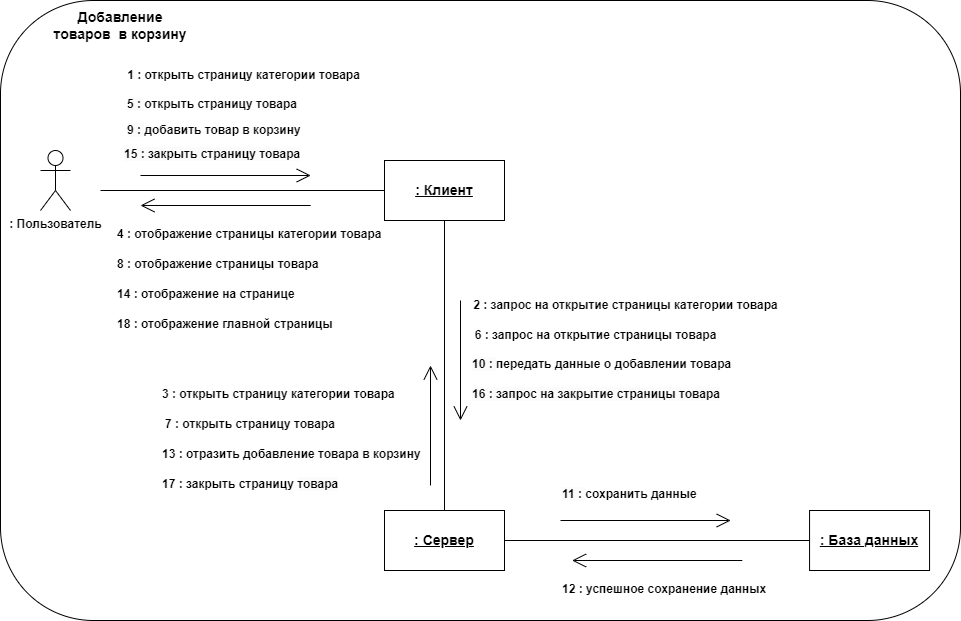
Earlier version of the draw.io export Diagrams/Диагарммы сотрудничества (Collaboration diagram)/Диаграмма сотрудничества_добавление товаров в корзину.png (Zelelo622/TP-4.1-2). Source tidied: cells renumbered, new cells last; positions are measured from the earlier drawing's top-left corner, leaving out a move shared by most shapes.
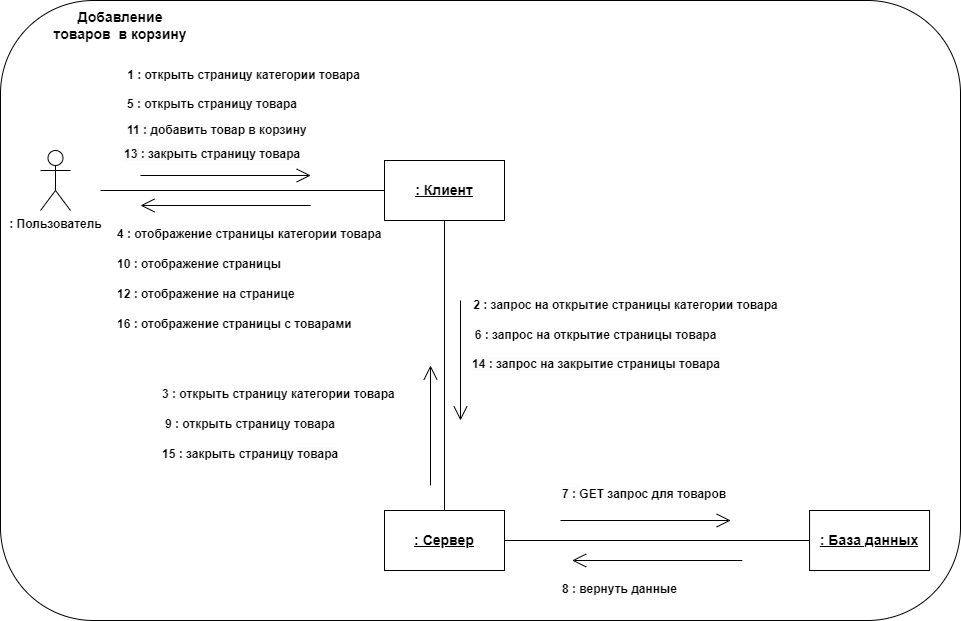
Later version of the same file.

Commit message:
обновлены диаграммы последовательности, состояния, активности, use case, сотрудничества

Change to the diagram source:
```diff
@@ -79,22 +79,16 @@
     <mxCell id="20" value="&lt;b style=&quot;border-color: var(--border-color); text-align: center; background-color: rgb(255, 255, 255);&quot;&gt;4 : отображение страницы категории товара&lt;/b&gt;" style="text;whiteSpace=wrap;html=1;" parent="1" vertex="1">
       <mxGeometry x="115" y="220" width="338" height="30" as="geometry" />
     </mxCell>
-    <mxCell id="21" value="&lt;b style=&quot;border-color: var(--border-color); color: rgb(0, 0, 0); font-family: Helvetica; font-size: 12px; font-style: normal; font-variant-ligatures: normal; font-variant-caps: normal; letter-spacing: normal; orphans: 2; text-align: center; text-indent: 0px; text-transform: none; widows: 2; word-spacing: 0px; -webkit-text-stroke-width: 0px; background-color: rgb(251, 251, 251); text-decoration-thickness: initial; text-decoration-style: initial; text-decoration-color: initial;&quot;&gt;9 :&amp;nbsp;&lt;/b&gt;&lt;b style=&quot;border-color: var(--border-color); text-align: center;&quot;&gt;добавить товар в корзину&lt;/b&gt;" style="text;whiteSpace=wrap;html=1;" parent="1" vertex="1">
+    <mxCell id="21" value="&lt;b style=&quot;border-color: var(--border-color); color: rgb(0, 0, 0); font-family: Helvetica; font-size: 12px; font-style: normal; font-variant-ligatures: normal; font-variant-caps: normal; letter-spacing: normal; orphans: 2; text-align: center; text-indent: 0px; text-transform: none; widows: 2; word-spacing: 0px; -webkit-text-stroke-width: 0px; background-color: rgb(251, 251, 251); text-decoration-thickness: initial; text-decoration-style: initial; text-decoration-color: initial;&quot;&gt;11 :&amp;nbsp;&lt;/b&gt;&lt;b style=&quot;border-color: var(--border-color); text-align: center;&quot;&gt;добавить товар в корзину&lt;/b&gt;" style="text;whiteSpace=wrap;html=1;" parent="1" vertex="1">
       <mxGeometry x="125" y="116" width="220" height="30" as="geometry" />
     </mxCell>
-    <mxCell id="22" value="&lt;b style=&quot;border-color: var(--border-color); color: rgb(0, 0, 0); font-family: Helvetica; font-size: 12px; font-style: normal; font-variant-ligatures: normal; font-variant-caps: normal; letter-spacing: normal; orphans: 2; text-align: center; text-indent: 0px; text-transform: none; widows: 2; word-spacing: 0px; -webkit-text-stroke-width: 0px; background-color: rgb(251, 251, 251); text-decoration-thickness: initial; text-decoration-style: initial; text-decoration-color: initial;&quot;&gt;10 :&amp;nbsp;&lt;/b&gt;&lt;b style=&quot;border-color: var(--border-color); text-align: center;&quot;&gt;передать данные о добавлении товара&lt;/b&gt;" style="text;whiteSpace=wrap;html=1;" parent="1" vertex="1">
-      <mxGeometry x="470" y="350" width="280" height="30" as="geometry" />
-    </mxCell>
-    <mxCell id="23" value="&lt;b style=&quot;border-color: var(--border-color); color: rgb(0, 0, 0); font-family: Helvetica; font-size: 12px; font-style: normal; font-variant-ligatures: normal; font-variant-caps: normal; letter-spacing: normal; orphans: 2; text-align: center; text-indent: 0px; text-transform: none; widows: 2; word-spacing: 0px; -webkit-text-stroke-width: 0px; background-color: rgb(251, 251, 251); text-decoration-thickness: initial; text-decoration-style: initial; text-decoration-color: initial;&quot;&gt;11 :&amp;nbsp;&lt;/b&gt;&lt;b style=&quot;border-color: var(--border-color); text-align: center;&quot;&gt;сохранить данные&lt;/b&gt;" style="text;whiteSpace=wrap;html=1;" parent="1" vertex="1">
+    <mxCell id="23" value="&lt;b style=&quot;border-color: var(--border-color); color: rgb(0, 0, 0); font-family: Helvetica; font-size: 12px; font-style: normal; font-variant-ligatures: normal; font-variant-caps: normal; letter-spacing: normal; orphans: 2; text-align: center; text-indent: 0px; text-transform: none; widows: 2; word-spacing: 0px; -webkit-text-stroke-width: 0px; background-color: rgb(251, 251, 251); text-decoration-thickness: initial; text-decoration-style: initial; text-decoration-color: initial;&quot;&gt;7 :&amp;nbsp;&lt;/b&gt;&lt;b style=&quot;border-color: var(--border-color); text-align: center;&quot;&gt;GET запрос для товаров&lt;/b&gt;" style="text;whiteSpace=wrap;html=1;" parent="1" vertex="1">
       <mxGeometry x="560" y="480" width="230" height="30" as="geometry" />
     </mxCell>
-    <mxCell id="24" value="&lt;b style=&quot;border-color: var(--border-color); color: rgb(0, 0, 0); font-family: Helvetica; font-size: 12px; font-style: normal; font-variant-ligatures: normal; font-variant-caps: normal; letter-spacing: normal; orphans: 2; text-align: center; text-indent: 0px; text-transform: none; widows: 2; word-spacing: 0px; -webkit-text-stroke-width: 0px; background-color: rgb(255, 255, 255); text-decoration-thickness: initial; text-decoration-style: initial; text-decoration-color: initial;&quot;&gt;12 : успешное сохранение данных&lt;/b&gt;" style="text;whiteSpace=wrap;html=1;" parent="1" vertex="1">
-      <mxGeometry x="560" y="575" width="210" height="40" as="geometry" />
+    <mxCell id="24" value="&lt;b style=&quot;border-color: var(--border-color); color: rgb(0, 0, 0); font-family: Helvetica; font-size: 12px; font-style: normal; font-variant-ligatures: normal; font-variant-caps: normal; letter-spacing: normal; orphans: 2; text-align: center; text-indent: 0px; text-transform: none; widows: 2; word-spacing: 0px; -webkit-text-stroke-width: 0px; background-color: rgb(255, 255, 255); text-decoration-thickness: initial; text-decoration-style: initial; text-decoration-color: initial;&quot;&gt;8 :&amp;nbsp;&lt;/b&gt;&lt;b style=&quot;border-color: var(--border-color); text-align: center; background-color: rgb(255, 255, 255);&quot;&gt;вернуть данные&lt;/b&gt;" style="text;whiteSpace=wrap;html=1;" parent="1" vertex="1">
+      <mxGeometry x="560" y="575" width="150" height="25" as="geometry" />
     </mxCell>
-    <mxCell id="25" value="&lt;b style=&quot;border-color: var(--border-color); color: rgb(0, 0, 0); font-family: Helvetica; font-size: 12px; font-style: normal; font-variant-ligatures: normal; font-variant-caps: normal; letter-spacing: normal; orphans: 2; text-align: center; text-indent: 0px; text-transform: none; widows: 2; word-spacing: 0px; -webkit-text-stroke-width: 0px; background-color: rgb(255, 255, 255); text-decoration-thickness: initial; text-decoration-style: initial; text-decoration-color: initial;&quot;&gt;13 :&amp;nbsp;&lt;/b&gt;&lt;b style=&quot;border-color: var(--border-color); text-align: center;&quot;&gt;отразить добавление товара в корзину&amp;nbsp;&lt;/b&gt;" style="text;whiteSpace=wrap;html=1;" parent="1" vertex="1">
-      <mxGeometry x="160" y="440" width="270" height="30" as="geometry" />
-    </mxCell>
-    <mxCell id="26" value="&lt;b style=&quot;border-color: var(--border-color); color: rgb(0, 0, 0); font-family: Helvetica; font-size: 12px; font-style: normal; font-variant-ligatures: normal; font-variant-caps: normal; letter-spacing: normal; orphans: 2; text-align: center; text-indent: 0px; text-transform: none; widows: 2; word-spacing: 0px; -webkit-text-stroke-width: 0px; background-color: rgb(255, 255, 255); text-decoration-thickness: initial; text-decoration-style: initial; text-decoration-color: initial;&quot;&gt;14 :&amp;nbsp;&lt;/b&gt;&lt;b style=&quot;border-color: var(--border-color); text-align: center; background-color: rgb(255, 255, 255);&quot;&gt;отображение на странице&lt;/b&gt;" style="text;whiteSpace=wrap;html=1;" parent="1" vertex="1">
+    <mxCell id="26" value="&lt;b style=&quot;border-color: var(--border-color); color: rgb(0, 0, 0); font-family: Helvetica; font-size: 12px; font-style: normal; font-variant-ligatures: normal; font-variant-caps: normal; letter-spacing: normal; orphans: 2; text-align: center; text-indent: 0px; text-transform: none; widows: 2; word-spacing: 0px; -webkit-text-stroke-width: 0px; background-color: rgb(255, 255, 255); text-decoration-thickness: initial; text-decoration-style: initial; text-decoration-color: initial;&quot;&gt;12 :&amp;nbsp;&lt;/b&gt;&lt;b style=&quot;border-color: var(--border-color); text-align: center; background-color: rgb(255, 255, 255);&quot;&gt;отображение на странице&amp;nbsp;&lt;/b&gt;" style="text;whiteSpace=wrap;html=1;" parent="1" vertex="1">
       <mxGeometry x="115" y="280" width="242" height="40" as="geometry" />
     </mxCell>
     <mxCell id="27" value="&lt;b style=&quot;border-color: var(--border-color); color: rgb(0, 0, 0); font-family: Helvetica; font-size: 12px; font-style: normal; font-variant-ligatures: normal; font-variant-caps: normal; letter-spacing: normal; orphans: 2; text-align: center; text-indent: 0px; text-transform: none; widows: 2; word-spacing: 0px; -webkit-text-stroke-width: 0px; background-color: rgb(251, 251, 251); text-decoration-thickness: initial; text-decoration-style: initial; text-decoration-color: initial;&quot;&gt;5 :&amp;nbsp;&lt;/b&gt;&lt;b style=&quot;border-color: var(--border-color); text-align: center;&quot;&gt;открыть страницу товара&lt;/b&gt;" style="text;whiteSpace=wrap;html=1;" parent="1" vertex="1">
@@ -103,23 +97,23 @@
     <mxCell id="28" value="&lt;b&gt;6 :&amp;nbsp;&lt;/b&gt;&lt;b style=&quot;border-color: var(--border-color);&quot;&gt;запрос на открытие страницы товара&lt;/b&gt;" style="text;html=1;align=center;verticalAlign=middle;strokeColor=none;fillColor=none;" parent="1" vertex="1">
       <mxGeometry x="460" y="320" width="270" height="30" as="geometry" />
     </mxCell>
-    <mxCell id="29" value="&lt;b style=&quot;border-color: var(--border-color); color: rgb(0, 0, 0); font-family: Helvetica; font-size: 12px; font-style: normal; font-variant-ligatures: normal; font-variant-caps: normal; letter-spacing: normal; orphans: 2; text-align: center; text-indent: 0px; text-transform: none; widows: 2; word-spacing: 0px; -webkit-text-stroke-width: 0px; background-color: rgb(255, 255, 255); text-decoration-thickness: initial; text-decoration-style: initial; text-decoration-color: initial;&quot;&gt;7 :&amp;nbsp;&lt;/b&gt;&lt;b style=&quot;border-color: var(--border-color);&quot;&gt;открыть страницу&amp;nbsp;&lt;/b&gt;&lt;b style=&quot;border-color: var(--border-color); text-align: center;&quot;&gt;товара&lt;/b&gt;" style="text;whiteSpace=wrap;html=1;" parent="1" vertex="1">
+    <mxCell id="29" value="&lt;b style=&quot;border-color: var(--border-color); color: rgb(0, 0, 0); font-family: Helvetica; font-size: 12px; font-style: normal; font-variant-ligatures: normal; font-variant-caps: normal; letter-spacing: normal; orphans: 2; text-align: center; text-indent: 0px; text-transform: none; widows: 2; word-spacing: 0px; -webkit-text-stroke-width: 0px; background-color: rgb(255, 255, 255); text-decoration-thickness: initial; text-decoration-style: initial; text-decoration-color: initial;&quot;&gt;9 :&amp;nbsp;&lt;/b&gt;&lt;b style=&quot;border-color: var(--border-color);&quot;&gt;открыть страницу&amp;nbsp;&lt;/b&gt;&lt;b style=&quot;border-color: var(--border-color); text-align: center;&quot;&gt;товара&lt;/b&gt;" style="text;whiteSpace=wrap;html=1;" parent="1" vertex="1">
       <mxGeometry x="163" y="410" width="210" height="30" as="geometry" />
     </mxCell>
-    <mxCell id="30" value="&lt;b style=&quot;border-color: var(--border-color); text-align: center; background-color: rgb(255, 255, 255);&quot;&gt;8 :&amp;nbsp;&lt;/b&gt;&lt;b style=&quot;border-color: var(--border-color); text-align: center; background-color: rgb(255, 255, 255);&quot;&gt;отображение страницы товара&lt;/b&gt;" style="text;whiteSpace=wrap;html=1;" parent="1" vertex="1">
+    <mxCell id="30" value="&lt;b style=&quot;border-color: var(--border-color); text-align: center; background-color: rgb(255, 255, 255);&quot;&gt;10 :&amp;nbsp;&lt;/b&gt;&lt;b style=&quot;border-color: var(--border-color); text-align: center; background-color: rgb(255, 255, 255);&quot;&gt;отображение страницы&amp;nbsp;&lt;/b&gt;" style="text;whiteSpace=wrap;html=1;" parent="1" vertex="1">
       <mxGeometry x="115" y="250" width="338" height="30" as="geometry" />
     </mxCell>
-    <mxCell id="31" value="&lt;b style=&quot;border-color: var(--border-color); color: rgb(0, 0, 0); font-family: Helvetica; font-style: normal; font-variant-ligatures: normal; font-variant-caps: normal; letter-spacing: normal; orphans: 2; text-align: center; text-indent: 0px; text-transform: none; widows: 2; word-spacing: 0px; -webkit-text-stroke-width: 0px; background-color: rgb(251, 251, 251); text-decoration-thickness: initial; text-decoration-style: initial; text-decoration-color: initial; font-size: 12px;&quot;&gt;15 : закрыть страницу товара&lt;/b&gt;" style="text;whiteSpace=wrap;html=1;" parent="1" vertex="1">
+    <mxCell id="31" value="&lt;b style=&quot;border-color: var(--border-color); color: rgb(0, 0, 0); font-family: Helvetica; font-style: normal; font-variant-ligatures: normal; font-variant-caps: normal; letter-spacing: normal; orphans: 2; text-align: center; text-indent: 0px; text-transform: none; widows: 2; word-spacing: 0px; -webkit-text-stroke-width: 0px; background-color: rgb(251, 251, 251); text-decoration-thickness: initial; text-decoration-style: initial; text-decoration-color: initial; font-size: 12px;&quot;&gt;13 : закрыть страницу товара&lt;/b&gt;" style="text;whiteSpace=wrap;html=1;" parent="1" vertex="1">
       <mxGeometry x="122" y="140" width="190" height="30" as="geometry" />
     </mxCell>
-    <mxCell id="32" value="&lt;b style=&quot;border-color: var(--border-color); color: rgb(0, 0, 0); font-family: Helvetica; font-size: 12px; font-style: normal; font-variant-ligatures: normal; font-variant-caps: normal; letter-spacing: normal; orphans: 2; text-align: center; text-indent: 0px; text-transform: none; widows: 2; word-spacing: 0px; -webkit-text-stroke-width: 0px; background-color: rgb(251, 251, 251); text-decoration-thickness: initial; text-decoration-style: initial; text-decoration-color: initial;&quot;&gt;16 : запрос на закрытие страницы товара&lt;/b&gt;" style="text;whiteSpace=wrap;html=1;" parent="1" vertex="1">
-      <mxGeometry x="470" y="380" width="260" height="30" as="geometry" />
+    <mxCell id="32" value="&lt;b style=&quot;border-color: var(--border-color); color: rgb(0, 0, 0); font-family: Helvetica; font-size: 12px; font-style: normal; font-variant-ligatures: normal; font-variant-caps: normal; letter-spacing: normal; orphans: 2; text-align: center; text-indent: 0px; text-transform: none; widows: 2; word-spacing: 0px; -webkit-text-stroke-width: 0px; background-color: rgb(251, 251, 251); text-decoration-thickness: initial; text-decoration-style: initial; text-decoration-color: initial;&quot;&gt;14 : запрос на закрытие страницы товара&lt;/b&gt;" style="text;whiteSpace=wrap;html=1;" parent="1" vertex="1">
+      <mxGeometry x="470" y="350" width="260" height="30" as="geometry" />
     </mxCell>
-    <mxCell id="33" value="&lt;span style=&quot;border-color: var(--border-color); color: rgb(0, 0, 0); font-family: Helvetica; font-style: normal; font-variant-ligatures: normal; font-variant-caps: normal; font-weight: 400; letter-spacing: normal; orphans: 2; text-align: center; text-indent: 0px; text-transform: none; widows: 2; word-spacing: 0px; -webkit-text-stroke-width: 0px; text-decoration-thickness: initial; text-decoration-style: initial; text-decoration-color: initial; font-size: 12px;&quot;&gt;&lt;b style=&quot;border-color: var(--border-color);&quot;&gt;17 : закрыть страницу&amp;nbsp;&lt;/b&gt;&lt;/span&gt;&lt;b style=&quot;border-color: var(--border-color); color: rgb(0, 0, 0); font-family: Helvetica; font-style: normal; font-variant-ligatures: normal; font-variant-caps: normal; letter-spacing: normal; orphans: 2; text-align: center; text-indent: 0px; text-transform: none; widows: 2; word-spacing: 0px; -webkit-text-stroke-width: 0px; text-decoration-thickness: initial; text-decoration-style: initial; text-decoration-color: initial; font-size: 12px; background-color: rgb(251, 251, 251);&quot;&gt;товара&lt;/b&gt;" style="text;whiteSpace=wrap;html=1;" parent="1" vertex="1">
-      <mxGeometry x="160" y="470" width="190" height="30" as="geometry" />
+    <mxCell id="33" value="&lt;span style=&quot;border-color: var(--border-color); color: rgb(0, 0, 0); font-family: Helvetica; font-style: normal; font-variant-ligatures: normal; font-variant-caps: normal; font-weight: 400; letter-spacing: normal; orphans: 2; text-align: center; text-indent: 0px; text-transform: none; widows: 2; word-spacing: 0px; -webkit-text-stroke-width: 0px; text-decoration-thickness: initial; text-decoration-style: initial; text-decoration-color: initial; font-size: 12px;&quot;&gt;&lt;b style=&quot;border-color: var(--border-color);&quot;&gt;15 : закрыть страницу&amp;nbsp;&lt;/b&gt;&lt;/span&gt;&lt;b style=&quot;border-color: var(--border-color); color: rgb(0, 0, 0); font-family: Helvetica; font-style: normal; font-variant-ligatures: normal; font-variant-caps: normal; letter-spacing: normal; orphans: 2; text-align: center; text-indent: 0px; text-transform: none; widows: 2; word-spacing: 0px; -webkit-text-stroke-width: 0px; text-decoration-thickness: initial; text-decoration-style: initial; text-decoration-color: initial; font-size: 12px; background-color: rgb(251, 251, 251);&quot;&gt;товара&lt;/b&gt;" style="text;whiteSpace=wrap;html=1;" parent="1" vertex="1">
+      <mxGeometry x="160" y="440" width="190" height="30" as="geometry" />
     </mxCell>
-    <mxCell id="34" value="&lt;b style=&quot;border-color: var(--border-color); color: rgb(0, 0, 0); font-family: Helvetica; font-size: 12px; font-style: normal; font-variant-ligatures: normal; font-variant-caps: normal; letter-spacing: normal; orphans: 2; text-align: center; text-indent: 0px; text-transform: none; widows: 2; word-spacing: 0px; -webkit-text-stroke-width: 0px; background-color: rgb(255, 255, 255); text-decoration-thickness: initial; text-decoration-style: initial; text-decoration-color: initial;&quot;&gt;18 : отображение главной страницы&lt;/b&gt;" style="text;whiteSpace=wrap;html=1;" parent="1" vertex="1">
-      <mxGeometry x="115" y="310" width="230" height="30" as="geometry" />
+    <mxCell id="34" value="&lt;b style=&quot;border-color: var(--border-color); color: rgb(0, 0, 0); font-family: Helvetica; font-size: 12px; font-style: normal; font-variant-ligatures: normal; font-variant-caps: normal; letter-spacing: normal; orphans: 2; text-align: center; text-indent: 0px; text-transform: none; widows: 2; word-spacing: 0px; -webkit-text-stroke-width: 0px; background-color: rgb(255, 255, 255); text-decoration-thickness: initial; text-decoration-style: initial; text-decoration-color: initial;&quot;&gt;16 :&amp;nbsp;&lt;/b&gt;&lt;b style=&quot;border-color: var(--border-color); text-align: center; background-color: rgb(255, 255, 255);&quot;&gt;отображение страницы с товарами&lt;/b&gt;" style="text;whiteSpace=wrap;html=1;" parent="1" vertex="1">
+      <mxGeometry x="115" y="310" width="265" height="30" as="geometry" />
     </mxCell>
   </root>
 </mxGraphModel>
```
